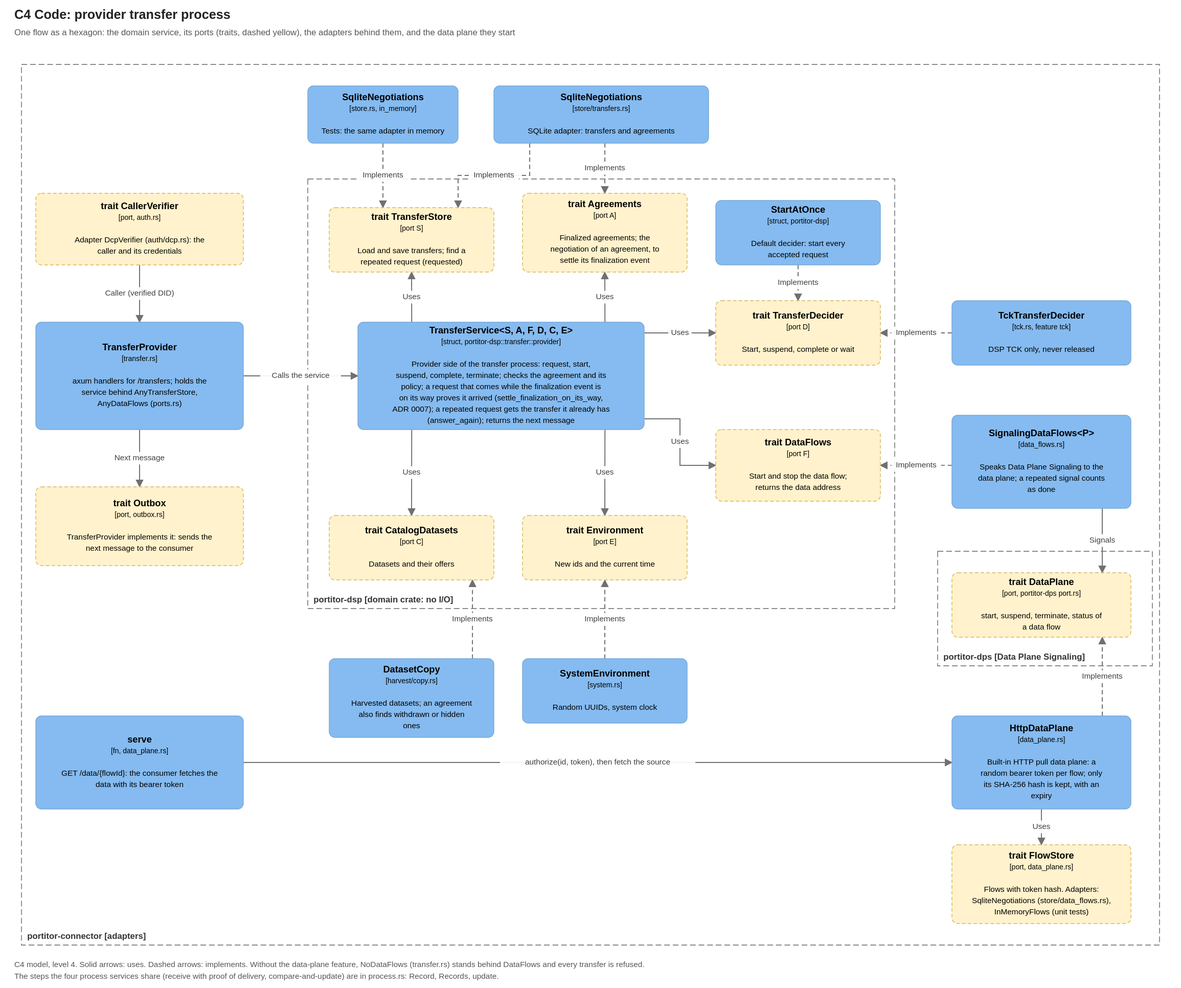
brunopacheco1/portitor keeps this draw.io diagram as docs/diagrams/c4-transfer-code.drawio.svg. Above is the earlier version. Source tidied: cells renumbered, new cells last; positions are measured from the earlier drawing's top-left corner, leaving out a move shared by most shapes.
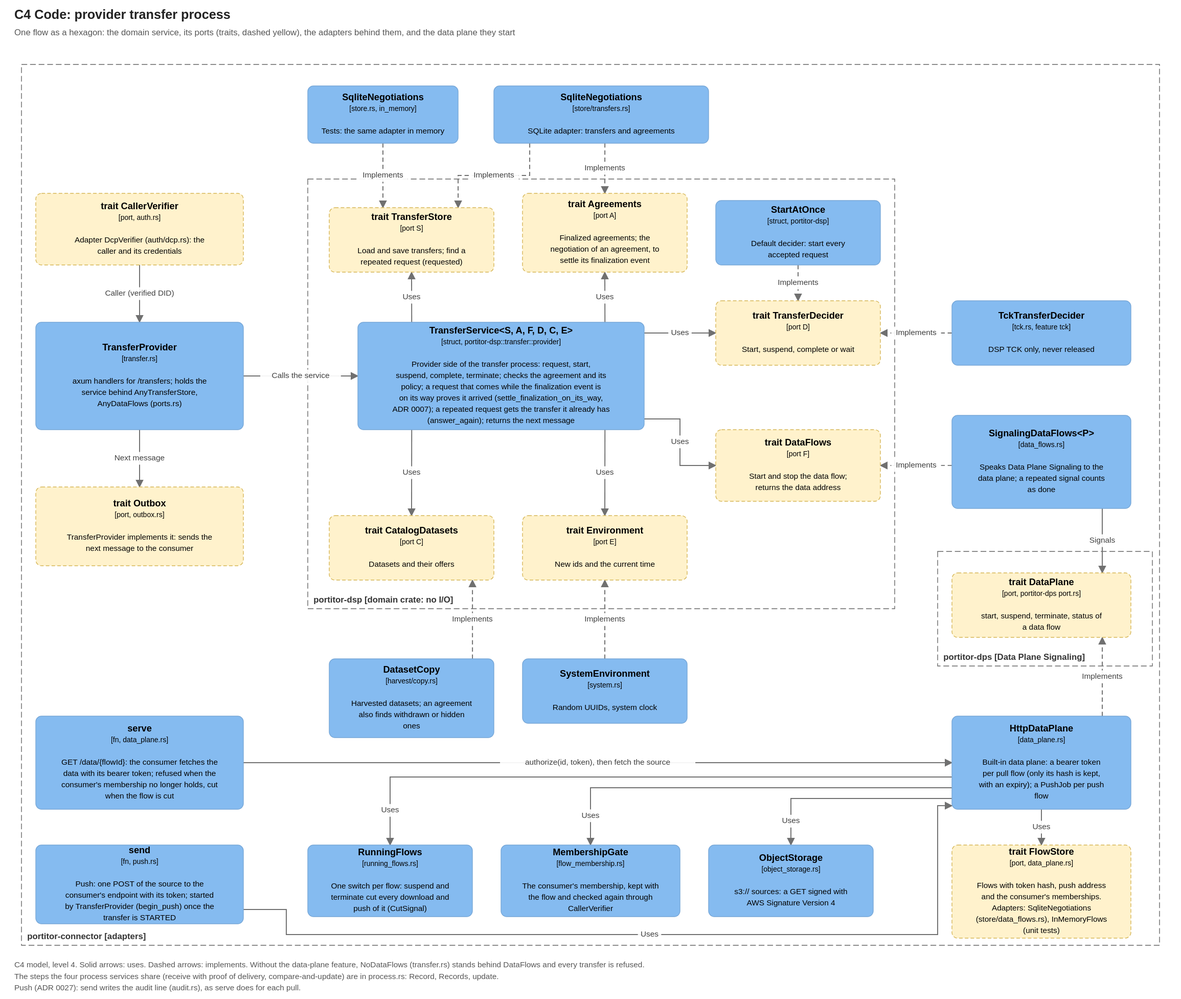
Above is the later version.

The edit, as a diff of the source:
```diff
@@ -56,11 +56,11 @@
     <mxCell id="19" value="&lt;b&gt;trait DataPlane&lt;/b&gt;&lt;br&gt;&lt;font style=&quot;font-size:10px&quot;&gt;[port, portitor-dps port.rs]&lt;/font&gt;&lt;br&gt;&lt;br&gt;&lt;font style=&quot;font-size:11px&quot;&gt;start, suspend, terminate, status of a data flow&lt;/font&gt;" style="rounded=1;arcSize=8;dashed=1;whiteSpace=wrap;html=1;fillColor=#FFF2CC;strokeColor=#D6B656;fontColor=#000000;fontSize=13;align=center;verticalAlign=middle;c4Kind=port;c4Name=trait DataPlane;" parent="1" vertex="1">
       <mxGeometry x="1310" y="710" width="250" height="90" as="geometry" />
     </mxCell>
-    <mxCell id="20" value="&lt;b&gt;HttpDataPlane&lt;/b&gt;&lt;br&gt;&lt;font style=&quot;font-size:10px&quot;&gt;[data_plane.rs]&lt;/font&gt;&lt;br&gt;&lt;br&gt;&lt;font style=&quot;font-size:11px&quot;&gt;Built-in HTTP pull data plane: a random bearer token per flow; only its SHA-256 hash is kept, with an expiry&lt;/font&gt;" style="rounded=1;arcSize=8;whiteSpace=wrap;html=1;fillColor=#85BBF0;strokeColor=#78A8D8;fontColor=#000000;fontSize=13;align=center;verticalAlign=middle;c4Kind=component;c4Name=HttpDataPlane;" parent="1" vertex="1">
+    <mxCell id="20" value="&lt;b&gt;HttpDataPlane&lt;/b&gt;&lt;br&gt;&lt;font style=&quot;font-size:10px&quot;&gt;[data_plane.rs]&lt;/font&gt;&lt;br&gt;&lt;br&gt;&lt;font style=&quot;font-size:11px&quot;&gt;Built-in data plane: a bearer token per pull flow (only its hash is kept, with an expiry); a PushJob per push flow&lt;/font&gt;" style="rounded=1;arcSize=8;whiteSpace=wrap;html=1;fillColor=#85BBF0;strokeColor=#78A8D8;fontColor=#000000;fontSize=13;align=center;verticalAlign=middle;c4Kind=component;c4Name=HttpDataPlane;" parent="1" vertex="1">
       <mxGeometry x="1310" y="910" width="250" height="130" as="geometry" />
     </mxCell>
-    <mxCell id="21" value="&lt;b&gt;trait FlowStore&lt;/b&gt;&lt;br&gt;&lt;font style=&quot;font-size:10px&quot;&gt;[port, data_plane.rs]&lt;/font&gt;&lt;br&gt;&lt;br&gt;&lt;font style=&quot;font-size:11px&quot;&gt;Flows with token hash. Adapters: SqliteNegotiations (store/data_flows.rs), InMemoryFlows (unit tests)&lt;/font&gt;" style="rounded=1;arcSize=8;dashed=1;whiteSpace=wrap;html=1;fillColor=#FFF2CC;strokeColor=#D6B656;fontColor=#000000;fontSize=13;align=center;verticalAlign=middle;c4Kind=port;c4Name=trait FlowStore;" parent="1" vertex="1">
-      <mxGeometry x="1310" y="1090" width="250" height="110" as="geometry" />
+    <mxCell id="21" value="&lt;b&gt;trait FlowStore&lt;/b&gt;&lt;br&gt;&lt;font style=&quot;font-size:10px&quot;&gt;[port, data_plane.rs]&lt;/font&gt;&lt;br&gt;&lt;br&gt;&lt;font style=&quot;font-size:11px&quot;&gt;Flows with token hash, push address and the consumer&amp;#x27;s memberships. Adapters: SqliteNegotiations (store/data_flows.rs), InMemoryFlows (unit tests)&lt;/font&gt;" style="rounded=1;arcSize=8;dashed=1;whiteSpace=wrap;html=1;fillColor=#FFF2CC;strokeColor=#D6B656;fontColor=#000000;fontSize=13;align=center;verticalAlign=middle;c4Kind=port;c4Name=trait FlowStore;" parent="1" vertex="1">
+      <mxGeometry x="1310" y="1090" width="250" height="130" as="geometry" />
     </mxCell>
     <mxCell id="22" value="&lt;b&gt;TransferProvider&lt;/b&gt;&lt;br&gt;&lt;font style=&quot;font-size:10px&quot;&gt;[transfer.rs]&lt;/font&gt;&lt;br&gt;&lt;br&gt;&lt;font style=&quot;font-size:11px&quot;&gt;axum handlers for /transfers; holds the service behind AnyTransferStore, AnyDataFlows (ports.rs)&lt;/font&gt;" style="rounded=1;arcSize=8;whiteSpace=wrap;html=1;fillColor=#85BBF0;strokeColor=#78A8D8;fontColor=#000000;fontSize=13;align=center;verticalAlign=middle;c4Kind=component;c4Name=TransferProvider;" parent="1" vertex="1">
       <mxGeometry x="30" y="360" width="290" height="150" as="geometry" />
@@ -71,7 +71,7 @@
     <mxCell id="24" value="&lt;b&gt;trait Outbox&lt;/b&gt;&lt;br&gt;&lt;font style=&quot;font-size:10px&quot;&gt;[port, outbox.rs]&lt;/font&gt;&lt;br&gt;&lt;br&gt;&lt;font style=&quot;font-size:11px&quot;&gt;TransferProvider implements it: sends the next message to the consumer&lt;/font&gt;" style="rounded=1;arcSize=8;dashed=1;whiteSpace=wrap;html=1;fillColor=#FFF2CC;strokeColor=#D6B656;fontColor=#000000;fontSize=13;align=center;verticalAlign=middle;c4Kind=port;c4Name=trait Outbox;" parent="1" vertex="1">
       <mxGeometry x="30" y="590" width="290" height="110" as="geometry" />
     </mxCell>
-    <mxCell id="25" value="&lt;b&gt;serve&lt;/b&gt;&lt;br&gt;&lt;font style=&quot;font-size:10px&quot;&gt;[fn, data_plane.rs]&lt;/font&gt;&lt;br&gt;&lt;br&gt;&lt;font style=&quot;font-size:11px&quot;&gt;GET /data/{flowId}: the consumer fetches the data with its bearer token&lt;/font&gt;" style="rounded=1;arcSize=8;whiteSpace=wrap;html=1;fillColor=#85BBF0;strokeColor=#78A8D8;fontColor=#000000;fontSize=13;align=center;verticalAlign=middle;c4Kind=component;c4Name=serve;" parent="1" vertex="1">
+    <mxCell id="25" value="&lt;b&gt;serve&lt;/b&gt;&lt;br&gt;&lt;font style=&quot;font-size:10px&quot;&gt;[fn, data_plane.rs]&lt;/font&gt;&lt;br&gt;&lt;br&gt;&lt;font style=&quot;font-size:11px&quot;&gt;GET /data/{flowId}: the consumer fetches the data with its bearer token; refused when the consumer&amp;#x27;s membership no longer holds, cut when the flow is cut&lt;/font&gt;" style="rounded=1;arcSize=8;whiteSpace=wrap;html=1;fillColor=#85BBF0;strokeColor=#78A8D8;fontColor=#000000;fontSize=13;align=center;verticalAlign=middle;c4Kind=component;c4Name=serve;" parent="1" vertex="1">
       <mxGeometry x="30" y="910" width="290" height="130" as="geometry" />
     </mxCell>
     <mxCell id="26" value="Calls the service" style="endArrow=blockThin;endFill=1;html=1;rounded=0;strokeColor=#707070;fontSize=11;fontColor=#404040;labelBackgroundColor=#FFFFFF;exitX=1.000;exitY=0.500;exitPerimeter=0;entryX=0.000;entryY=0.500;entryPerimeter=0;" parent="1" edge="1" source="22" target="5">
@@ -147,8 +147,51 @@
     <mxCell id="46" value="Implements" style="endArrow=blockThin;endFill=1;html=1;rounded=0;strokeColor=#707070;fontSize=11;fontColor=#404040;labelBackgroundColor=#FFFFFF;dashed=1;exitX=0.840;exitY=0.000;exitPerimeter=0;entryX=0.840;entryY=1.000;entryPerimeter=0;" parent="1" edge="1" source="20" target="19">
       <mxGeometry relative="1" as="geometry" />
     </mxCell>
-    <mxCell id="47" value="C4 model, level 4. Solid arrows: uses. Dashed arrows: implements. Without the data-plane feature, NoDataFlows (transfer.rs) stands behind DataFlows and every transfer is refused. The steps the four process services share (receive with proof of delivery, compare-and-update) are in process.rs: Record, Records, update." style="text;html=1;align=left;verticalAlign=top;fontSize=11;fontColor=#555555;whiteSpace=wrap;" parent="1" vertex="1">
+    <mxCell id="47" value="C4 model, level 4. Solid arrows: uses. Dashed arrows: implements. Without the data-plane feature, NoDataFlows (transfer.rs) stands behind DataFlows and every transfer is refused. The steps the four process services share (receive with proof of delivery, compare-and-update) are in process.rs: Record, Records, update. Push (ADR 0027): send writes the audit line (audit.rs), as serve does for each pull." style="text;html=1;align=left;verticalAlign=top;fontSize=11;fontColor=#555555;whiteSpace=wrap;" parent="1" vertex="1">
       <mxGeometry y="1240" width="1610" height="40" as="geometry" />
     </mxCell>
+    <mxCell id="48" value="&lt;b&gt;RunningFlows&lt;/b&gt;&lt;br&gt;&lt;font style=&quot;font-size:10px&quot;&gt;[running_flows.rs]&lt;/font&gt;&lt;br&gt;&lt;br&gt;&lt;font style=&quot;font-size:11px&quot;&gt;One switch per flow: suspend and terminate cut every download and push of it (CutSignal)&lt;/font&gt;" style="rounded=1;arcSize=8;whiteSpace=wrap;html=1;fillColor=#85BBF0;strokeColor=#78A8D8;fontColor=#000000;fontSize=13;align=center;verticalAlign=middle;c4Kind=component;c4Name=RunningFlows;" parent="1" vertex="1">
+      <mxGeometry x="410" y="1090" width="230" height="100" as="geometry" />
+    </mxCell>
+    <mxCell id="49" value="&lt;b&gt;MembershipGate&lt;/b&gt;&lt;br&gt;&lt;font style=&quot;font-size:10px&quot;&gt;[flow_membership.rs]&lt;/font&gt;&lt;br&gt;&lt;br&gt;&lt;font style=&quot;font-size:11px&quot;&gt;The consumer&amp;#x27;s membership, kept with the flow and checked again through CallerVerifier&lt;/font&gt;" style="rounded=1;arcSize=8;whiteSpace=wrap;html=1;fillColor=#85BBF0;strokeColor=#78A8D8;fontColor=#000000;fontSize=13;align=center;verticalAlign=middle;c4Kind=component;c4Name=MembershipGate;" parent="1" vertex="1">
+      <mxGeometry x="680" y="1090" width="250" height="100" as="geometry" />
+    </mxCell>
+    <mxCell id="50" value="&lt;b&gt;ObjectStorage&lt;/b&gt;&lt;br&gt;&lt;font style=&quot;font-size:10px&quot;&gt;[object_storage.rs]&lt;/font&gt;&lt;br&gt;&lt;br&gt;&lt;font style=&quot;font-size:11px&quot;&gt;s3:// sources: a GET signed with AWS Signature Version 4&lt;/font&gt;" style="rounded=1;arcSize=8;whiteSpace=wrap;html=1;fillColor=#85BBF0;strokeColor=#78A8D8;fontColor=#000000;fontSize=13;align=center;verticalAlign=middle;c4Kind=component;c4Name=ObjectStorage;" parent="1" vertex="1">
+      <mxGeometry x="970" y="1090" width="230" height="100" as="geometry" />
+    </mxCell>
+    <mxCell id="51" value="&lt;b&gt;send&lt;/b&gt;&lt;br&gt;&lt;font style=&quot;font-size:10px&quot;&gt;[fn, push.rs]&lt;/font&gt;&lt;br&gt;&lt;br&gt;&lt;font style=&quot;font-size:11px&quot;&gt;Push: one POST of the source to the consumer&amp;#x27;s endpoint with its token; started by TransferProvider (begin_push) once the transfer is STARTED&lt;/font&gt;" style="rounded=1;arcSize=8;whiteSpace=wrap;html=1;fillColor=#85BBF0;strokeColor=#78A8D8;fontColor=#000000;fontSize=13;align=center;verticalAlign=middle;c4Kind=component;c4Name=send;" parent="1" vertex="1">
+      <mxGeometry x="30" y="1090" width="290" height="110" as="geometry" />
+    </mxCell>
+    <mxCell id="52" value="Uses" style="endArrow=blockThin;endFill=1;html=1;rounded=0;strokeColor=#707070;fontSize=11;fontColor=#404040;labelBackgroundColor=#FFFFFF;exitX=0.000;exitY=0.654;exitPerimeter=0;entryX=0.500;entryY=0.000;entryPerimeter=0;" parent="1" edge="1" source="20" target="48">
+      <mxGeometry x="0.89" relative="1" as="geometry">
+        <Array as="points">
+          <mxPoint x="525" y="995" />
+        </Array>
+      </mxGeometry>
+    </mxCell>
+    <mxCell id="53" value="Uses" style="endArrow=blockThin;endFill=1;html=1;rounded=0;strokeColor=#707070;fontSize=11;fontColor=#404040;labelBackgroundColor=#FFFFFF;exitX=0.000;exitY=0.769;exitPerimeter=0;entryX=0.500;entryY=0.000;entryPerimeter=0;" parent="1" edge="1" source="20" target="49">
+      <mxGeometry x="0.86" relative="1" as="geometry">
+        <Array as="points">
+          <mxPoint x="805" y="1010" />
+        </Array>
+      </mxGeometry>
+    </mxCell>
+    <mxCell id="54" value="Uses" style="endArrow=blockThin;endFill=1;html=1;rounded=0;strokeColor=#707070;fontSize=11;fontColor=#404040;labelBackgroundColor=#FFFFFF;exitX=0.000;exitY=0.885;exitPerimeter=0;entryX=0.500;entryY=0.000;entryPerimeter=0;" parent="1" edge="1" source="20" target="50">
+      <mxGeometry x="0.77" relative="1" as="geometry">
+        <Array as="points">
+          <mxPoint x="1085" y="1025" />
+        </Array>
+      </mxGeometry>
+    </mxCell>
+    <mxCell id="55" value="Uses" style="endArrow=blockThin;endFill=1;html=1;rounded=0;strokeColor=#707070;fontSize=11;fontColor=#404040;labelBackgroundColor=#FFFFFF;exitX=1.000;exitY=0.818;exitPerimeter=0;entryX=0.000;entryY=0.962;entryPerimeter=0;" parent="1" edge="1" source="51" target="20">
+      <mxGeometry relative="1" as="geometry">
+        <Array as="points">
+          <mxPoint x="380" y="1180" />
+          <mxPoint x="380" y="1215" />
+          <mxPoint x="1290" y="1215" />
+          <mxPoint x="1290" y="1035" />
+        </Array>
+      </mxGeometry>
+    </mxCell>
   </root>
 </mxGraphModel>
```
